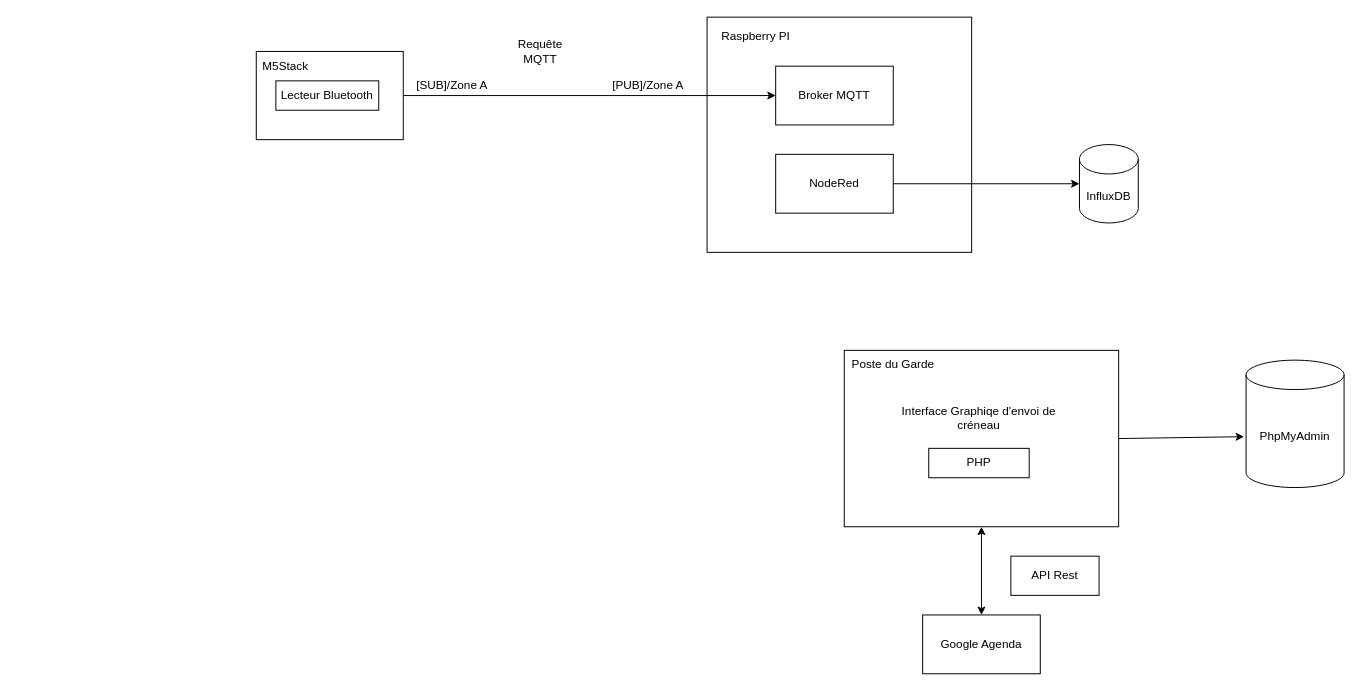
AlexandreSaxemard/GestionAccesBatiment keeps this draw.io diagram as Docs/Architecture.drawio. Above is the earlier version. Source tidied: cells renumbered, new cells numbered last; positions are measured from the earlier drawing's top-left corner, leaving out a move shared by most shapes. Both pictures are drawn from the tidied source at 98%, with x=0, y=0 at pixel (256, 17).
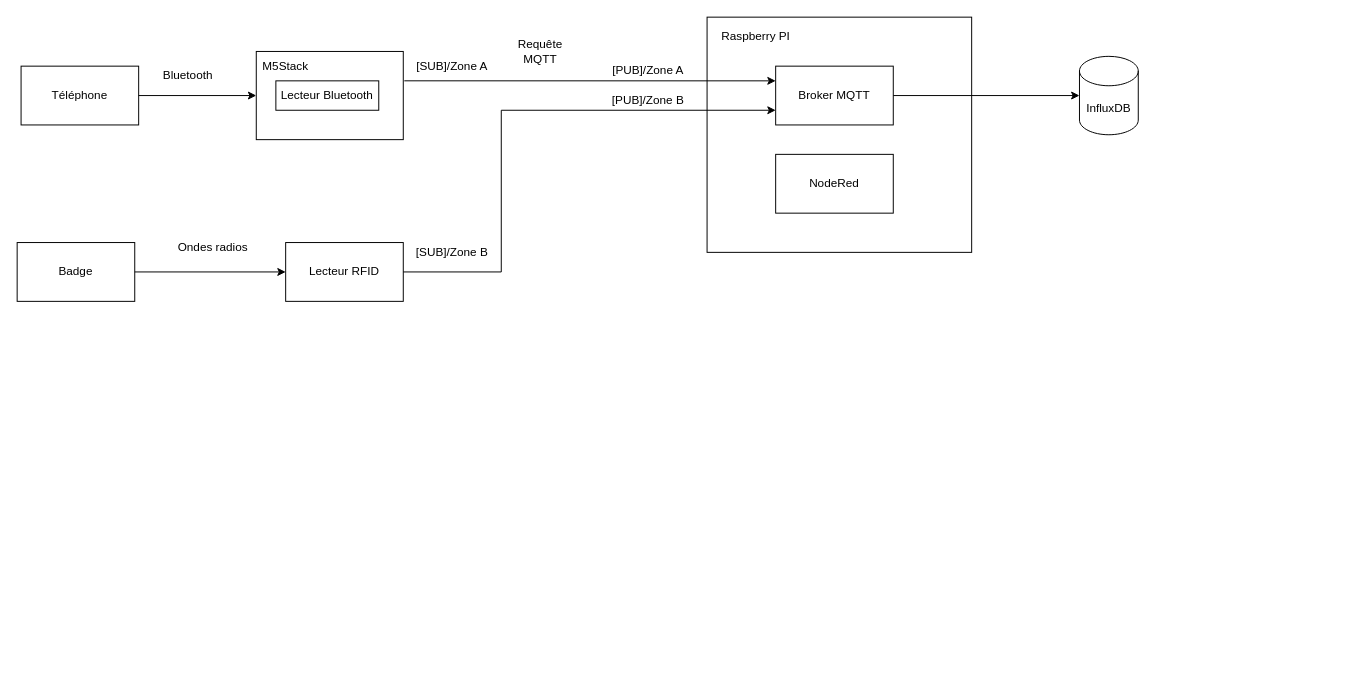
The same diagram, later.

Commit message (it also covers changes not shown here):
Architecture Projet

The change refers to these unchanged cells:
```xml
<mxCell id="4" value="Broker MQTT" style="rounded=0;whiteSpace=wrap;html=1;" parent="1" vertex="1">
  <mxGeometry x="530" y="50" width="120" height="60" as="geometry" />
</mxCell>
<mxCell id="5" value="NodeRed" style="rounded=0;whiteSpace=wrap;html=1;" parent="1" vertex="1">
  <mxGeometry x="530" y="140" width="120" height="60" as="geometry" />
</mxCell>
<mxCell id="19" style="rounded=0;whiteSpace=wrap;html=1;" parent="1" vertex="1">
  <mxGeometry y="35" width="150" height="90" as="geometry" />
</mxCell>
```

Change to the diagram source:
```diff
@@
-    <mxCell id="6" style="rounded=0;whiteSpace=wrap;html=1;" parent="1" vertex="1">
-      <mxGeometry x="600" y="340" width="280" height="180" as="geometry" />
-    </mxCell>
-    <mxCell id="7" value="Poste du Garde" style="text;html=1;strokeColor=none;fillColor=none;align=center;verticalAlign=middle;whiteSpace=wrap;rounded=0;" parent="1" vertex="1">
-      <mxGeometry x="600" y="350" width="100" height="10" as="geometry" />
-    </mxCell>
-    <mxCell id="8" value="PhpMyAdmin" style="shape=cylinder3;whiteSpace=wrap;html=1;boundedLbl=1;backgroundOutline=1;size=15;" parent="1" vertex="1">
-      <mxGeometry x="1010" y="350" width="100" height="130" as="geometry" />
-    </mxCell>
-    <mxCell id="9" style="endArrow=classic;html=1;rounded=0;entryX=-0.02;entryY=0.562;entryDx=0;entryDy=0;entryPerimeter=0;exitX=1;exitY=0.5;exitDx=0;exitDy=0;" parent="1" edge="1" source="6">
-      <mxGeometry relative="1" as="geometry">
-        <mxPoint x="1008" y="428.1" as="targetPoint" />
-      </mxGeometry>
-    </mxCell>
-    <mxCell id="10" value="Interface Graphiqe d'envoi de créneau" style="text;html=1;strokeColor=none;fillColor=none;align=center;verticalAlign=middle;whiteSpace=wrap;rounded=0;" parent="1" vertex="1">
-      <mxGeometry x="645" y="390" width="185" height="37.5" as="geometry" />
-    </mxCell>
-    <mxCell id="11" value="PHP" style="rounded=0;whiteSpace=wrap;html=1;" parent="1" vertex="1">
-      <mxGeometry x="686.2" y="440" width="102.5" height="30" as="geometry" />
-    </mxCell>
-    <mxCell id="12" value="Google Agenda" style="rounded=0;whiteSpace=wrap;html=1;" parent="1" vertex="1">
-      <mxGeometry x="680" y="610" width="120" height="60" as="geometry" />
-    </mxCell>
-    <mxCell id="13" style="endArrow=classic;startArrow=classic;html=1;rounded=0;exitX=0.5;exitY=0;exitDx=0;exitDy=0;entryX=0.5;entryY=1;entryDx=0;entryDy=0;" parent="1" edge="1" source="12" target="6">
-      <mxGeometry relative="1" as="geometry" />
-    </mxCell>
-    <mxCell id="14" value="API Rest" style="rounded=0;whiteSpace=wrap;html=1;" parent="1" vertex="1">
-      <mxGeometry x="770" y="550" width="90" height="40" as="geometry" />
-    </mxCell>
-    <mxCell id="15" style="endArrow=classic;html=1;rounded=0;exitX=1;exitY=0.5;exitDx=0;exitDy=0;entryX=0;entryY=0.5;entryDx=0;entryDy=0;" parent="1" edge="1" target="4">
-      <mxGeometry relative="1" as="geometry">
-        <mxPoint x="150" y="80" as="sourcePoint" />
-      </mxGeometry>
+    <mxCell id="15" style="endArrow=classic;html=1;rounded=0;exitX=1.007;exitY=0.333;exitDx=0;exitDy=0;entryX=0;entryY=0.25;entryDx=0;entryDy=0;exitPerimeter=0;" parent="1" edge="1" source="19" target="4">
+      <mxGeometry relative="1" as="geometry" />
     </mxCell>
     <mxCell id="16" value="[PUB]/Zone A" style="text;html=1;strokeColor=none;fillColor=none;align=center;verticalAlign=middle;whiteSpace=wrap;rounded=0;" parent="1" vertex="1">
-      <mxGeometry x="360" y="60" width="80" height="20" as="geometry" />
+      <mxGeometry x="360" y="45" width="80" height="20" as="geometry" />
     </mxCell>
     <mxCell id="17" value="[SUB]/Zone A" style="text;html=1;strokeColor=none;fillColor=none;align=center;verticalAlign=middle;whiteSpace=wrap;rounded=0;" parent="1" vertex="1">
-      <mxGeometry x="160" y="60" width="80" height="20" as="geometry" />
+      <mxGeometry x="160" y="40" width="80" height="20" as="geometry" />
     </mxCell>
@@
     <mxCell id="22" value="InfluxDB" style="shape=cylinder3;whiteSpace=wrap;html=1;boundedLbl=1;backgroundOutline=1;size=15;" parent="1" vertex="1">
-      <mxGeometry x="840" y="130" width="60" height="80" as="geometry" />
+      <mxGeometry x="840" y="40" width="60" height="80" as="geometry" />
     </mxCell>
-    <mxCell id="23" style="endArrow=classic;html=1;rounded=0;exitX=1;exitY=0.5;exitDx=0;exitDy=0;entryX=0;entryY=0.5;entryDx=0;entryDy=0;entryPerimeter=0;" parent="1" edge="1" source="5" target="22">
+    <mxCell id="23" style="endArrow=classic;html=1;rounded=0;exitX=1;exitY=0.5;exitDx=0;exitDy=0;entryX=0;entryY=0.5;entryDx=0;entryDy=0;entryPerimeter=0;" parent="1" edge="1" source="4" target="22">
       <mxGeometry relative="1" as="geometry" />
     </mxCell>
+    <mxCell id="24" style="rounded=0;whiteSpace=wrap;html=1;" parent="1" vertex="1">
+      <mxGeometry x="30" y="230" width="120" height="60" as="geometry" />
+    </mxCell>
+    <mxCell id="25" value="Lecteur RFID" style="text;html=1;strokeColor=none;fillColor=none;align=center;verticalAlign=middle;whiteSpace=wrap;rounded=0;" parent="1" vertex="1">
+      <mxGeometry x="50" y="250" width="80" height="20" as="geometry" />
+    </mxCell>
+    <mxCell id="26" value="Téléphone" style="rounded=0;whiteSpace=wrap;html=1;" parent="1" vertex="1">
+      <mxGeometry x="-240" y="50" width="120" height="60" as="geometry" />
+    </mxCell>
+    <mxCell id="27" style="endArrow=classic;html=1;rounded=0;exitX=1;exitY=0.5;exitDx=0;exitDy=0;entryX=0;entryY=0.5;entryDx=0;entryDy=0;" parent="1" edge="1" source="26" target="19">
+      <mxGeometry relative="1" as="geometry" />
+    </mxCell>
+    <mxCell id="28" value="Bluetooth" style="text;html=1;align=center;verticalAlign=middle;strokeColor=none;fillColor=none;" parent="1" vertex="1">
+      <mxGeometry x="-105" y="50" width="70" height="20" as="geometry" />
+    </mxCell>
+    <mxCell id="29" value="Badge" style="rounded=0;whiteSpace=wrap;html=1;" parent="1" vertex="1">
+      <mxGeometry x="-244" y="230" width="120" height="60" as="geometry" />
+    </mxCell>
+    <mxCell id="30" style="endArrow=classic;html=1;rounded=0;exitX=1;exitY=0.5;exitDx=0;exitDy=0;entryX=0;entryY=0.5;entryDx=0;entryDy=0;" parent="1" edge="1" source="29" target="24">
+      <mxGeometry relative="1" as="geometry" />
+    </mxCell>
+    <mxCell id="31" value="Ondes radios" style="text;html=1;strokeColor=none;fillColor=none;align=center;verticalAlign=middle;whiteSpace=wrap;rounded=0;" parent="1" vertex="1">
+      <mxGeometry x="-84" y="220" width="80" height="30" as="geometry" />
+    </mxCell>
+    <mxCell id="32" style="endArrow=classic;html=1;rounded=0;exitX=1;exitY=0.5;exitDx=0;exitDy=0;entryX=0;entryY=0.75;entryDx=0;entryDy=0;" parent="1" edge="1" source="24" target="4">
+      <mxGeometry relative="1" as="geometry">
+        <Array as="points">
+          <mxPoint x="250" y="260" />
+          <mxPoint x="250" y="95" />
+        </Array>
+      </mxGeometry>
+    </mxCell>
+    <mxCell id="33" value="[SUB]/Zone B" style="text;html=1;strokeColor=none;fillColor=none;align=center;verticalAlign=middle;whiteSpace=wrap;rounded=0;" parent="1" vertex="1">
+      <mxGeometry x="160" y="230" width="80" height="20" as="geometry" />
+    </mxCell>
+    <mxCell id="34" value="[PUB]/Zone B" style="text;html=1;strokeColor=none;fillColor=none;align=center;verticalAlign=middle;whiteSpace=wrap;rounded=0;" parent="1" vertex="1">
+      <mxGeometry x="360" y="75" width="80" height="20" as="geometry" />
+    </mxCell>
```
